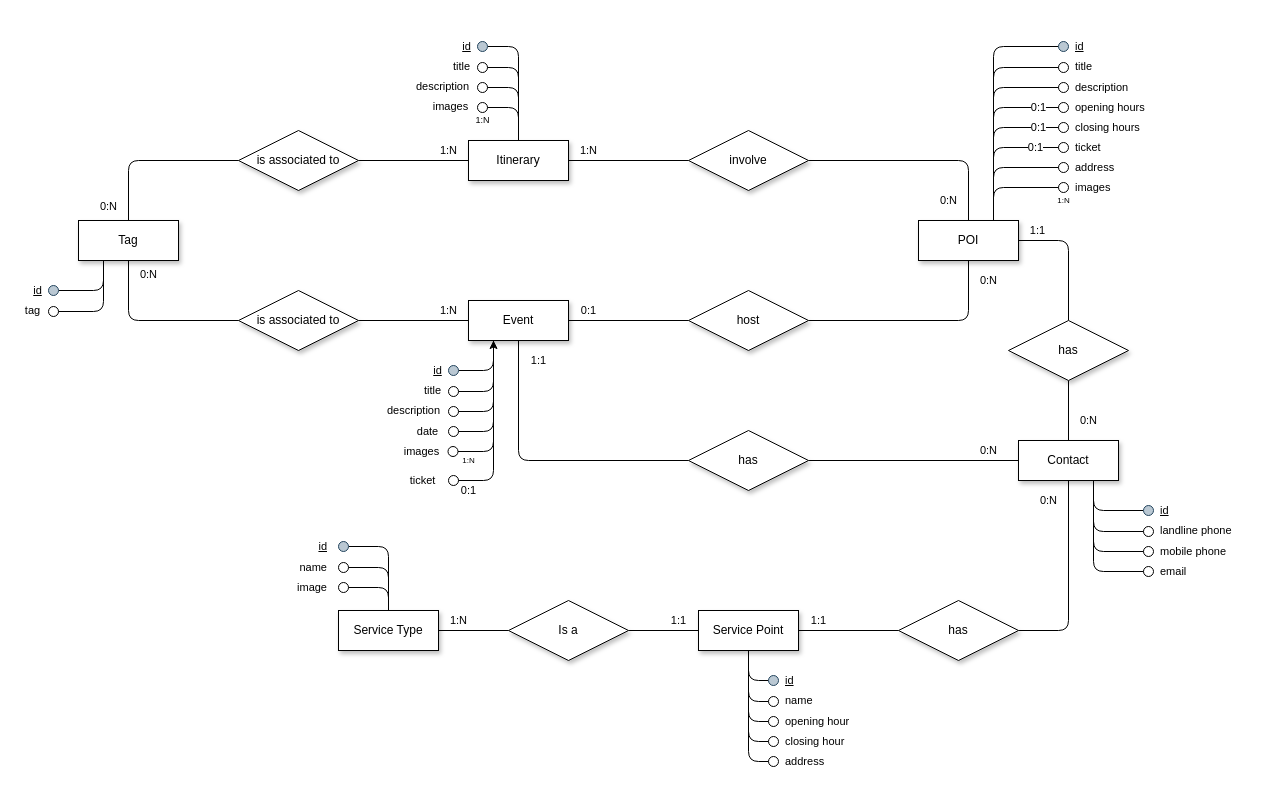
Before: dbDesign/ER.drawio in andreacerasani/HYP-project, a draw.io diagram. Source tidied: cells renumbered, new cells numbered last; positions are measured from the earlier drawing's top-left corner, leaving out a move shared by most shapes. Both pictures are drawn from the tidied source at 100%, with x=0, y=0 at pixel (17, 36).
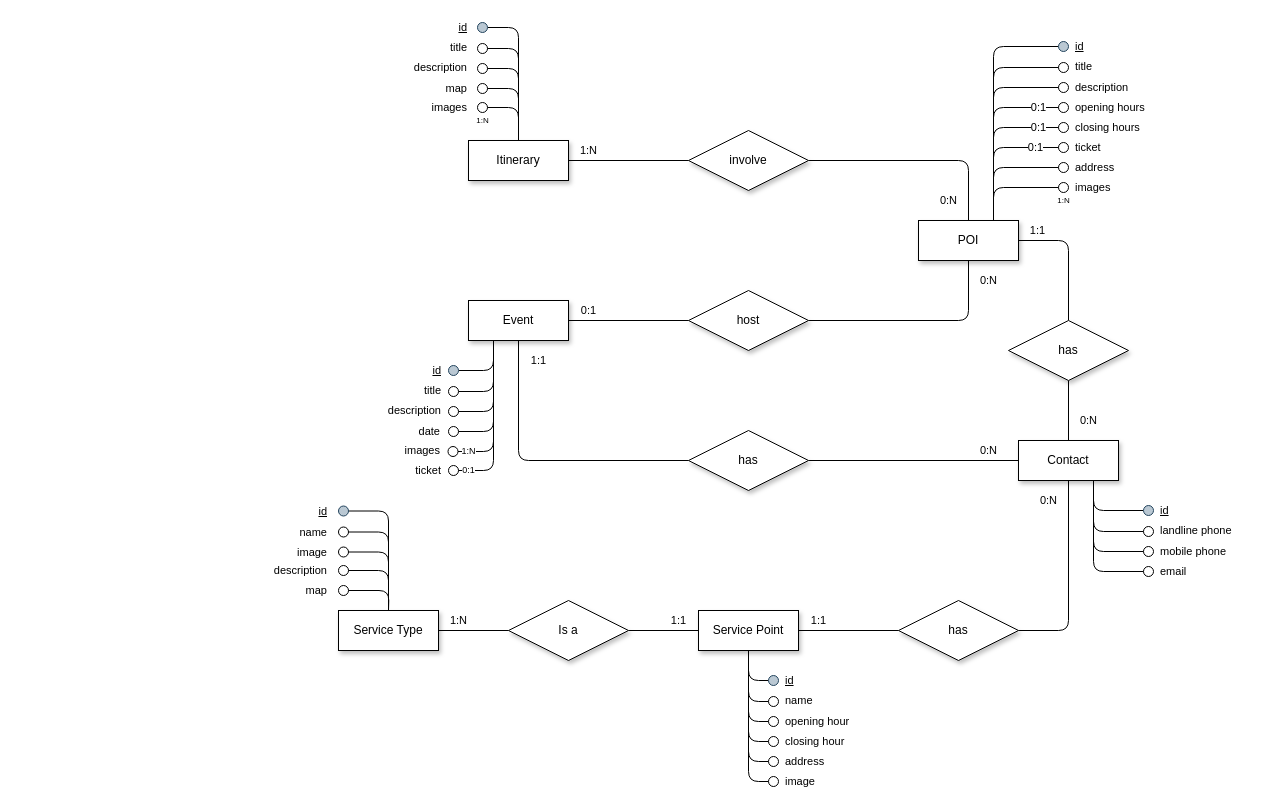
Above is the later version.

Unchanged cells that the change refers to:
```xml
<mxCell id="7" value="Event" style="whiteSpace=wrap;html=1;align=center;shadow=1;" parent="1" vertex="1">
  <mxGeometry x="451" y="264" width="100" height="40" as="geometry" />
</mxCell>
<mxCell id="8" value="Service Point" style="whiteSpace=wrap;html=1;align=center;shadow=1;" parent="1" vertex="1">
  <mxGeometry x="681" y="574" width="100" height="40" as="geometry" />
</mxCell>
<mxCell id="9" value="Service Type" style="whiteSpace=wrap;html=1;align=center;shadow=1;" parent="1" vertex="1">
  <mxGeometry x="321" y="574" width="100" height="40" as="geometry" />
</mxCell>
<mxCell id="13" value="Itinerary" style="whiteSpace=wrap;html=1;align=center;shadow=1;" parent="1" vertex="1">
  <mxGeometry x="451" y="104" width="100" height="40" as="geometry" />
</mxCell>
<mxCell id="119" style="ellipse;whiteSpace=wrap;html=1;fillColor=none;gradientColor=none;fontSize=11;" parent="1" vertex="1">
  <mxGeometry x="460" y="66" width="10" height="10" as="geometry" />
</mxCell>
<mxCell id="125" style="ellipse;whiteSpace=wrap;html=1;fillColor=none;gradientColor=none;fontSize=11;" parent="1" vertex="1">
  <mxGeometry x="430.5" y="410" width="10" height="10" as="geometry" />
</mxCell>
```

What changed in the source:
```diff
@@
-    <mxCell id="4" value="1:N" style="edgeStyle=orthogonalEdgeStyle;rounded=1;jettySize=auto;html=1;exitX=1;exitY=0.5;exitDx=0;exitDy=0;entryX=0;entryY=0.5;entryDx=0;entryDy=0;endArrow=none;endFill=0;elbow=vertical;" parent="1" edge="1" source="5" target="7">
-      <mxGeometry x="0.64" y="10" relative="1" as="geometry" />
-    </mxCell>
-    <mxCell id="5" value="is associated to" style="shape=rhombus;perimeter=rhombusPerimeter;whiteSpace=wrap;html=1;align=center;shadow=1;" parent="1" vertex="1">
-      <mxGeometry x="221" y="254" width="120" height="60" as="geometry" />
-    </mxCell>
@@
-    <mxCell id="11" value="0:N" style="rounded=1;jettySize=auto;html=1;exitX=0.5;exitY=1;exitDx=0;exitDy=0;entryX=0;entryY=0.5;entryDx=0;entryDy=0;endArrow=none;endFill=0;edgeStyle=orthogonalEdgeStyle;elbow=vertical;" parent="1" edge="1" source="12" target="5">
-      <mxGeometry x="-0.84" y="20" relative="1" as="geometry" />
-    </mxCell>
-    <mxCell id="12" value="Tag" style="whiteSpace=wrap;html=1;align=center;shadow=1;" parent="1" vertex="1">
-      <mxGeometry x="61" y="184" width="100" height="40" as="geometry" />
-    </mxCell>
@@
-    <mxCell id="14" value="1:N" style="edgeStyle=orthogonalEdgeStyle;rounded=1;jettySize=auto;html=1;exitX=1;exitY=0.5;exitDx=0;exitDy=0;entryX=0;entryY=0.5;entryDx=0;entryDy=0;endArrow=none;endFill=0;elbow=vertical;" parent="1" edge="1" source="16" target="13">
-      <mxGeometry x="0.64" y="10" relative="1" as="geometry" />
-    </mxCell>
-    <mxCell id="15" value="0:N" style="edgeStyle=orthogonalEdgeStyle;rounded=1;jettySize=auto;html=1;exitX=0;exitY=0.5;exitDx=0;exitDy=0;entryX=0.5;entryY=0;entryDx=0;entryDy=0;endArrow=none;endFill=0;elbow=vertical;" parent="1" edge="1" source="16" target="12">
-      <mxGeometry x="0.84" y="-20" relative="1" as="geometry" />
-    </mxCell>
-    <mxCell id="16" value="is associated to" style="shape=rhombus;perimeter=rhombusPerimeter;whiteSpace=wrap;html=1;align=center;shadow=1;" parent="1" vertex="1">
-      <mxGeometry x="221" y="94" width="120" height="60" as="geometry" />
-    </mxCell>
-    <mxCell id="17" value="id" style="text;html=1;align=center;verticalAlign=middle;fontSize=11;fontStyle=4;" parent="1" vertex="1">
-      <mxGeometry x="10" y="244" width="20" height="20" as="geometry" />
-    </mxCell>
-    <mxCell id="18" style="edgeStyle=orthogonalEdgeStyle;rounded=1;jettySize=auto;html=1;entryX=0.25;entryY=1;entryDx=0;entryDy=0;endArrow=none;endFill=0;elbow=vertical;" parent="1" edge="1" source="19" target="12">
-      <mxGeometry relative="1" as="geometry" />
-    </mxCell>
-    <mxCell id="19" style="ellipse;whiteSpace=wrap;html=1;fillColor=#bac8d3;fontSize=11;strokeColor=#23445d;" parent="1" vertex="1">
-      <mxGeometry x="31" y="249" width="10" height="10" as="geometry" />
-    </mxCell>
-    <mxCell id="20" value="tag" style="text;html=1;align=center;verticalAlign=middle;fontSize=11;" parent="1" vertex="1">
-      <mxGeometry y="264" width="30" height="20" as="geometry" />
-    </mxCell>
-    <mxCell id="21" style="edgeStyle=orthogonalEdgeStyle;rounded=1;jettySize=auto;html=1;endArrow=none;endFill=0;elbow=vertical;entryX=0.25;entryY=1;entryDx=0;entryDy=0;" parent="1" edge="1" source="22" target="12">
-      <mxGeometry relative="1" as="geometry" />
-    </mxCell>
-    <mxCell id="22" style="ellipse;whiteSpace=wrap;html=1;fillColor=none;gradientColor=none;fontSize=11;" parent="1" vertex="1">
-      <mxGeometry x="31" y="270" width="10" height="10" as="geometry" />
-    </mxCell>
@@
-    <mxCell id="39" value="id" style="text;html=1;align=center;verticalAlign=middle;fontSize=11;fontStyle=4;" parent="1" vertex="1">
-      <mxGeometry x="439" width="20" height="20" as="geometry" />
+    <mxCell id="39" value="id" style="text;html=1;align=right;verticalAlign=middle;fontSize=11;fontStyle=4;" parent="1" vertex="1">
+      <mxGeometry x="431" y="-19" width="20" height="20" as="geometry" />
     </mxCell>
     <mxCell id="40" style="edgeStyle=orthogonalEdgeStyle;rounded=1;jettySize=auto;html=1;entryX=0.5;entryY=0;entryDx=0;entryDy=0;endArrow=none;endFill=0;elbow=vertical;exitX=1;exitY=0.5;exitDx=0;exitDy=0;" parent="1" edge="1" source="41" target="13">
       <mxGeometry relative="1" as="geometry">
         <Array as="points">
-          <mxPoint x="501" y="10" />
+          <mxPoint x="501" y="-9" />
         </Array>
       </mxGeometry>
     </mxCell>
     <mxCell id="41" style="ellipse;whiteSpace=wrap;html=1;fillColor=#bac8d3;fontSize=11;strokeColor=#23445d;" parent="1" vertex="1">
-      <mxGeometry x="460" y="5" width="10" height="10" as="geometry" />
+      <mxGeometry x="460" y="-14" width="10" height="10" as="geometry" />
     </mxCell>
-    <mxCell id="42" value="title" style="text;html=1;align=center;verticalAlign=middle;fontSize=11;" parent="1" vertex="1">
-      <mxGeometry x="429" y="20" width="30" height="20" as="geometry" />
+    <mxCell id="42" value="title" style="text;html=1;align=right;verticalAlign=middle;fontSize=11;" parent="1" vertex="1">
+      <mxGeometry x="421" y="1" width="30" height="20" as="geometry" />
     </mxCell>
     <mxCell id="43" style="edgeStyle=orthogonalEdgeStyle;rounded=1;jettySize=auto;html=1;endArrow=none;endFill=0;elbow=vertical;" parent="1" edge="1" source="44" target="13">
       <mxGeometry relative="1" as="geometry">
         <Array as="points">
-          <mxPoint x="501" y="31" />
+          <mxPoint x="501" y="12" />
         </Array>
       </mxGeometry>
     </mxCell>
     <mxCell id="44" style="ellipse;whiteSpace=wrap;html=1;fillColor=none;gradientColor=none;fontSize=11;" parent="1" vertex="1">
-      <mxGeometry x="460" y="26" width="10" height="10" as="geometry" />
+      <mxGeometry x="460" y="7" width="10" height="10" as="geometry" />
     </mxCell>
-    <mxCell id="45" value="description" style="text;html=1;align=center;verticalAlign=middle;fontSize=11;" parent="1" vertex="1">
-      <mxGeometry x="390" y="40" width="70" height="20" as="geometry" />
+    <mxCell id="45" value="description" style="text;html=1;align=right;verticalAlign=middle;fontSize=11;" parent="1" vertex="1">
+      <mxGeometry x="381" y="21" width="70" height="20" as="geometry" />
     </mxCell>
@@
     <mxCell id="47" style="ellipse;whiteSpace=wrap;html=1;fillColor=none;gradientColor=none;fontSize=11;" parent="1" vertex="1">
-      <mxGeometry x="460" y="46" width="10" height="10" as="geometry" />
+      <mxGeometry x="460" y="27" width="10" height="10" as="geometry" />
     </mxCell>
-    <mxCell id="48" value="id" style="text;html=1;align=center;verticalAlign=middle;fontSize=11;fontStyle=4;" parent="1" vertex="1">
-      <mxGeometry x="410" y="324" width="20" height="20" as="geometry" />
+    <mxCell id="48" value="id" style="text;html=1;align=right;verticalAlign=middle;fontSize=11;fontStyle=4;" parent="1" vertex="1">
+      <mxGeometry x="404.5" y="324" width="20" height="20" as="geometry" />
     </mxCell>
@@
-    <mxCell id="51" value="title" style="text;html=1;align=center;verticalAlign=middle;fontSize=11;" parent="1" vertex="1">
-      <mxGeometry x="400" y="344" width="30" height="20" as="geometry" />
+    <mxCell id="51" value="title" style="text;html=1;align=right;verticalAlign=middle;fontSize=11;" parent="1" vertex="1">
+      <mxGeometry x="395" y="344" width="30" height="20" as="geometry" />
     </mxCell>
@@
-    <mxCell id="54" value="description" style="text;html=1;align=center;verticalAlign=middle;fontSize=11;" parent="1" vertex="1">
-      <mxGeometry x="361" y="364" width="70" height="20" as="geometry" />
+    <mxCell id="54" value="description" style="text;html=1;align=right;verticalAlign=middle;fontSize=11;" parent="1" vertex="1">
+      <mxGeometry x="355" y="364" width="70" height="20" as="geometry" />
     </mxCell>
@@
-    <mxCell id="57" value="date" style="text;html=1;align=center;verticalAlign=middle;fontSize=11;" parent="1" vertex="1">
-      <mxGeometry x="390" y="385" width="40" height="20" as="geometry" />
+    <mxCell id="57" value="date" style="text;html=1;align=right;verticalAlign=middle;fontSize=11;" parent="1" vertex="1">
+      <mxGeometry x="384" y="385" width="40" height="20" as="geometry" />
     </mxCell>
@@
     <mxCell id="93" value="id" style="text;html=1;align=right;verticalAlign=middle;fontSize=11;fontStyle=4;" parent="1" vertex="1">
-      <mxGeometry x="291" y="500" width="20" height="20" as="geometry" />
+      <mxGeometry x="291" y="464.5" width="20" height="20" as="geometry" />
     </mxCell>
@@
     <mxCell id="95" style="ellipse;whiteSpace=wrap;html=1;fillColor=#bac8d3;fontSize=11;strokeColor=#23445d;" parent="1" vertex="1">
-      <mxGeometry x="321" y="505" width="10" height="10" as="geometry" />
+      <mxGeometry x="321" y="469.5" width="10" height="10" as="geometry" />
     </mxCell>
     <mxCell id="96" value="name" style="text;html=1;align=right;verticalAlign=middle;fontSize=11;" parent="1" vertex="1">
-      <mxGeometry x="271" y="521" width="40" height="20" as="geometry" />
+      <mxGeometry x="271" y="485.5" width="40" height="20" as="geometry" />
     </mxCell>
@@
     <mxCell id="98" style="ellipse;whiteSpace=wrap;html=1;fillColor=none;gradientColor=none;fontSize=11;" parent="1" vertex="1">
-      <mxGeometry x="321" y="526" width="10" height="10" as="geometry" />
+      <mxGeometry x="321" y="490.5" width="10" height="10" as="geometry" />
     </mxCell>
     <mxCell id="99" value="image" style="text;html=1;align=right;verticalAlign=middle;fontSize=11;" parent="1" vertex="1">
-      <mxGeometry x="261" y="541" width="50" height="20" as="geometry" />
+      <mxGeometry x="261" y="505.5" width="50" height="20" as="geometry" />
     </mxCell>
@@
     <mxCell id="101" style="ellipse;whiteSpace=wrap;html=1;fillColor=none;gradientColor=none;fontSize=11;" parent="1" vertex="1">
-      <mxGeometry x="321" y="546" width="10" height="10" as="geometry" />
+      <mxGeometry x="321" y="510.5" width="10" height="10" as="geometry" />
     </mxCell>
@@
-    <mxCell id="117" value="images" style="text;html=1;align=center;verticalAlign=middle;fontSize=11;" parent="1" vertex="1">
-      <mxGeometry x="408" y="60" width="50" height="20" as="geometry" />
+    <mxCell id="117" value="images" style="text;html=1;align=right;verticalAlign=middle;fontSize=11;" parent="1" vertex="1">
+      <mxGeometry x="401" y="61" width="50" height="20" as="geometry" />
     </mxCell>
-    <mxCell id="118" value="1:N" style="edgeStyle=orthogonalEdgeStyle;rounded=1;jettySize=auto;html=1;exitX=1;exitY=0.5;exitDx=0;exitDy=0;endArrow=none;endFill=0;elbow=vertical;fontSize=9;" parent="1" edge="1" source="119" target="13">
+    <mxCell id="118" value="1:N" style="edgeStyle=orthogonalEdgeStyle;rounded=1;jettySize=auto;html=1;exitX=1;exitY=0.5;exitDx=0;exitDy=0;endArrow=none;endFill=0;elbow=vertical;fontSize=8;" parent="1" edge="1" source="119" target="13">
       <mxGeometry x="-1" y="-14" relative="1" as="geometry">
         <mxPoint x="-5" y="-1" as="offset" />
       </mxGeometry>
     </mxCell>
@@
-    <mxCell id="123" value="images" style="text;html=1;align=center;verticalAlign=middle;fontSize=11;" parent="1" vertex="1">
-      <mxGeometry x="379" y="405" width="50" height="20" as="geometry" />
+    <mxCell id="123" value="images" style="text;html=1;align=right;verticalAlign=middle;fontSize=11;" parent="1" vertex="1">
+      <mxGeometry x="374" y="404" width="50" height="20" as="geometry" />
     </mxCell>
-    <mxCell id="124" value="1:N" style="edgeStyle=orthogonalEdgeStyle;rounded=1;jettySize=auto;html=1;exitX=1;exitY=0.5;exitDx=0;exitDy=0;entryX=0.25;entryY=1;entryDx=0;entryDy=0;fontSize=8;endArrow=none;endFill=0;elbow=vertical;" parent="1" edge="1" source="125" target="7">
-      <mxGeometry x="-0.86" y="-9" relative="1" as="geometry" />
+    <mxCell id="124" value="1:N" style="edgeStyle=orthogonalEdgeStyle;rounded=1;jettySize=auto;html=1;exitX=1;exitY=0.5;exitDx=0;exitDy=0;entryX=0.25;entryY=1;entryDx=0;entryDy=0;fontSize=9;endArrow=none;endFill=0;elbow=vertical;" parent="1" edge="1" source="125" target="7">
+      <mxGeometry x="-0.86" relative="1" as="geometry" />
     </mxCell>
@@
-    <mxCell id="126" value="ticket" style="text;html=1;align=center;verticalAlign=middle;fontSize=11;" parent="1" vertex="1">
-      <mxGeometry x="384.5" y="434" width="40" height="20" as="geometry" />
+    <mxCell id="126" value="ticket" style="text;html=1;align=right;verticalAlign=middle;fontSize=11;" parent="1" vertex="1">
+      <mxGeometry x="385" y="424" width="40" height="20" as="geometry" />
     </mxCell>
-    <mxCell id="127" value="0:1" style="edgeStyle=orthogonalEdgeStyle;rounded=1;jettySize=auto;html=1;exitX=1;exitY=0.5;exitDx=0;exitDy=0;entryX=0.25;entryY=1;entryDx=0;entryDy=0;" parent="1" edge="1" source="128" target="7">
-      <mxGeometry x="-0.89" y="-10" relative="1" as="geometry" />
+    <mxCell id="127" value="0:1" style="edgeStyle=orthogonalEdgeStyle;rounded=1;jettySize=auto;html=1;exitX=1;exitY=0.5;exitDx=0;exitDy=0;entryX=0.25;entryY=1;entryDx=0;entryDy=0;endArrow=none;endFill=0;fontSize=9;" parent="1" edge="1" source="128" target="7">
+      <mxGeometry x="-0.88" relative="1" as="geometry" />
     </mxCell>
     <mxCell id="128" style="ellipse;whiteSpace=wrap;html=1;fillColor=none;gradientColor=none;fontSize=11;" parent="1" vertex="1">
-      <mxGeometry x="431" y="439" width="10" height="10" as="geometry" />
+      <mxGeometry x="431" y="429" width="10" height="10" as="geometry" />
     </mxCell>
+    <mxCell id="129" value="map" style="text;html=1;align=right;verticalAlign=middle;fontSize=11;" parent="1" vertex="1">
+      <mxGeometry x="411" y="42" width="40" height="20" as="geometry" />
+    </mxCell>
+    <mxCell id="130" style="edgeStyle=orthogonalEdgeStyle;rounded=1;jettySize=auto;html=1;exitX=1;exitY=0.5;exitDx=0;exitDy=0;entryX=0.5;entryY=0;entryDx=0;entryDy=0;endArrow=none;endFill=0;" parent="1" edge="1" source="131" target="13">
+      <mxGeometry relative="1" as="geometry" />
+    </mxCell>
+    <mxCell id="131" style="ellipse;whiteSpace=wrap;html=1;fillColor=none;gradientColor=none;fontSize=11;" parent="1" vertex="1">
+      <mxGeometry x="460" y="47" width="10" height="10" as="geometry" />
+    </mxCell>
+    <mxCell id="132" value="image" style="text;html=1;align=left;verticalAlign=middle;fontSize=11;" parent="1" vertex="1">
+      <mxGeometry x="766" y="735" width="50" height="20" as="geometry" />
+    </mxCell>
+    <mxCell id="133" style="edgeStyle=orthogonalEdgeStyle;rounded=1;jettySize=auto;html=1;exitX=0;exitY=0.5;exitDx=0;exitDy=0;entryX=0.5;entryY=1;entryDx=0;entryDy=0;endArrow=none;endFill=0;" parent="1" edge="1" source="134" target="8">
+      <mxGeometry relative="1" as="geometry" />
+    </mxCell>
+    <mxCell id="134" style="ellipse;whiteSpace=wrap;html=1;fillColor=none;gradientColor=none;fontSize=11;" parent="1" vertex="1">
+      <mxGeometry x="751" y="740" width="10" height="10" as="geometry" />
+    </mxCell>
+    <mxCell id="135" value="description" style="text;html=1;align=right;verticalAlign=middle;fontSize=11;" parent="1" vertex="1">
+      <mxGeometry x="241" y="524" width="70" height="20" as="geometry" />
+    </mxCell>
+    <mxCell id="136" style="edgeStyle=orthogonalEdgeStyle;rounded=1;jettySize=auto;html=1;exitX=1;exitY=0.5;exitDx=0;exitDy=0;entryX=0.5;entryY=0;entryDx=0;entryDy=0;endArrow=none;endFill=0;" parent="1" edge="1" source="137" target="9">
+      <mxGeometry relative="1" as="geometry" />
+    </mxCell>
+    <mxCell id="137" style="ellipse;whiteSpace=wrap;html=1;fillColor=none;gradientColor=none;fontSize=11;" parent="1" vertex="1">
+      <mxGeometry x="321" y="529" width="10" height="10" as="geometry" />
+    </mxCell>
+    <mxCell id="138" value="map" style="text;html=1;align=right;verticalAlign=middle;fontSize=11;" parent="1" vertex="1">
+      <mxGeometry x="271" y="544" width="40" height="20" as="geometry" />
+    </mxCell>
+    <mxCell id="139" style="edgeStyle=orthogonalEdgeStyle;rounded=1;jettySize=auto;html=1;exitX=1;exitY=0.5;exitDx=0;exitDy=0;endArrow=none;endFill=0;" parent="1" edge="1" source="140">
+      <mxGeometry relative="1" as="geometry">
+        <mxPoint x="371" y="574" as="targetPoint" />
+      </mxGeometry>
+    </mxCell>
+    <mxCell id="140" style="ellipse;whiteSpace=wrap;html=1;fillColor=none;gradientColor=none;fontSize=11;" parent="1" vertex="1">
+      <mxGeometry x="321" y="549" width="10" height="10" as="geometry" />
+    </mxCell>
```
